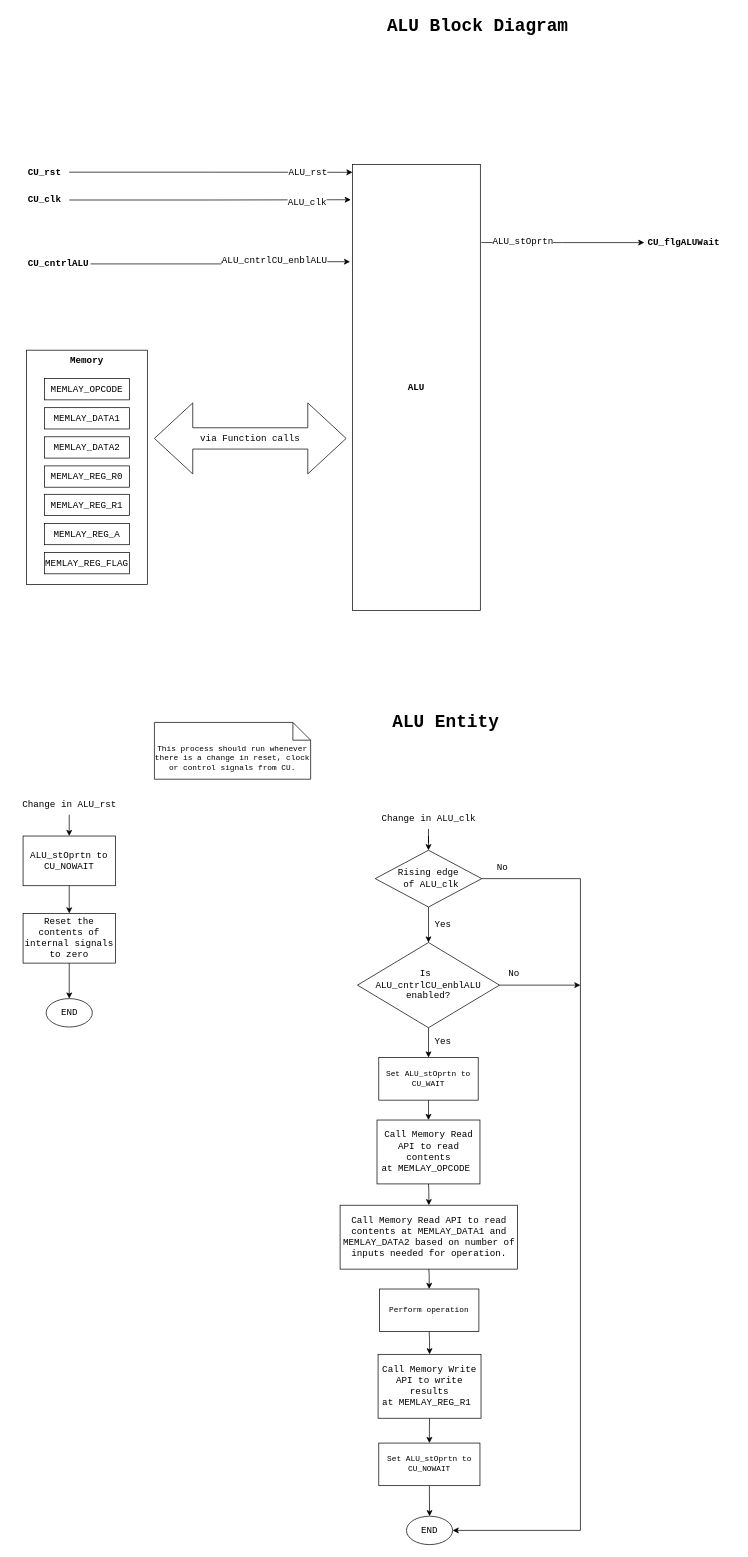
Vichu95/Basic_CPU_FPGA keeps this draw.io diagram as page "ALU_BD" (6 of 8) of 04_ControlUnit_v1/CPU_Design.drawio. Above is the earlier version. Source tidied: cells renumbered, new cells numbered last; positions are measured from the earlier drawing's top-left corner, leaving out a move shared by most shapes. Both pictures are drawn from the tidied source at 71%, with x=0, y=0 at pixel (12, 12).
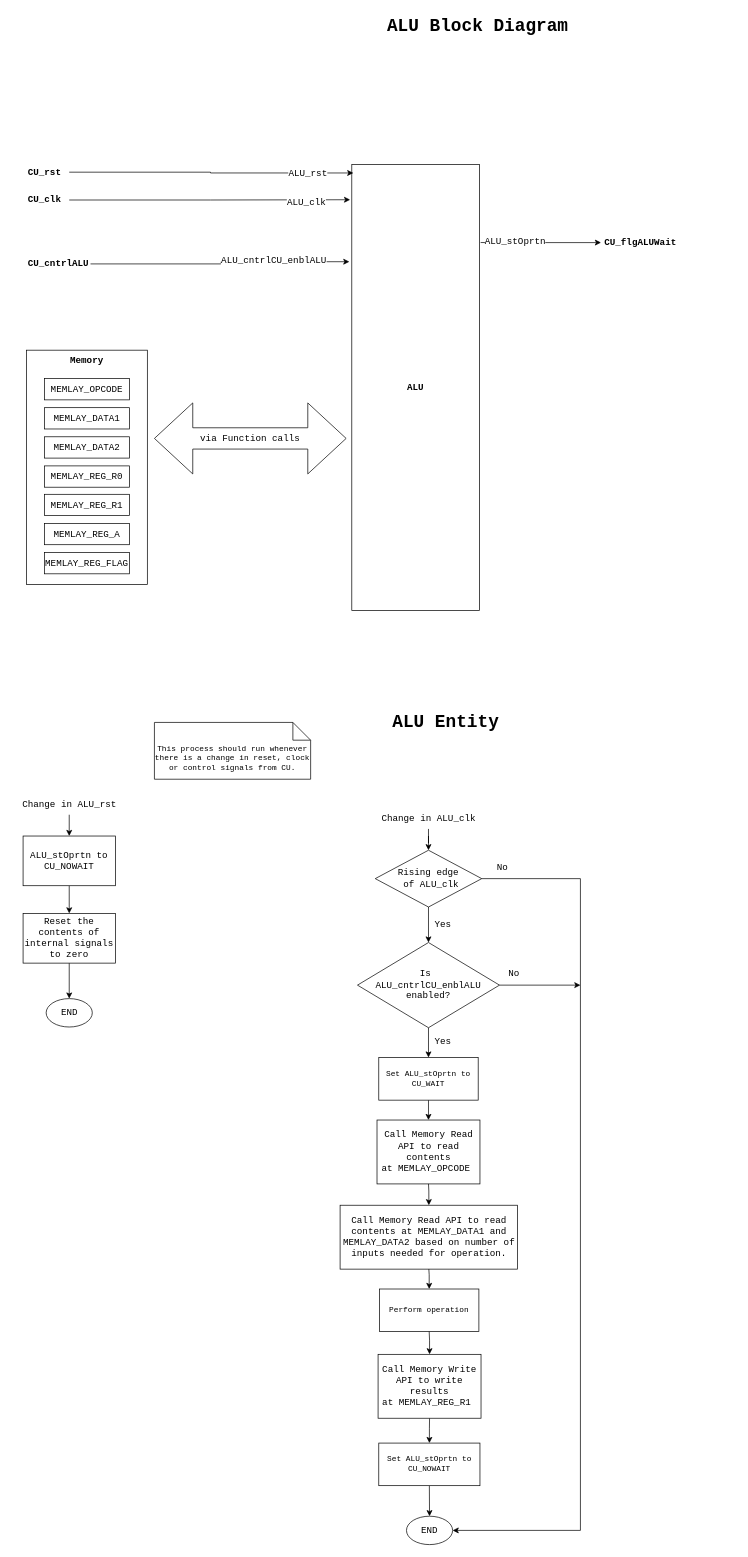
Above is the later version.

Unchanged cells that the change refers to:
```xml
<mxCell id="6" value="CU_rst" style="text;html=1;align=left;verticalAlign=middle;points=[];strokeColor=none;fillColor=none;fontStyle=1;labelBackgroundColor=none;fontColor=#000000;fontSize=13;fontFamily=Courier New;spacing=2;spacingRight=-13;" parent="1" vertex="1">
  <mxGeometry x="20" y="210" width="60" height="30" as="geometry" />
</mxCell>
<mxCell id="13" style="edgeStyle=orthogonalEdgeStyle;rounded=0;jettySize=auto;html=1;entryX=1.008;entryY=0.175;entryDx=0;entryDy=0;entryPerimeter=0;fontFamily=Courier New;fontSize=13;fontColor=#000000;startArrow=classic;startFill=1;endArrow=none;endFill=0;" parent="1" edge="1" source="15" target="3">
  <mxGeometry relative="1" as="geometry" />
</mxCell>
```

Change to the diagram source:
```diff
@@
     <mxCell id="3" value="&lt;b&gt;&lt;font style=&quot;font-size: 13px;&quot;&gt;ALU&lt;/font&gt;&lt;/b&gt;" style="rounded=0;whiteSpace=wrap;html=1;fontFamily=Courier New;fontSize=11;" parent="1" vertex="1">
-      <mxGeometry x="479" y="214.2" width="180" height="628" as="geometry" />
+      <mxGeometry x="478" y="214.2" width="180" height="628" as="geometry" />
     </mxCell>
-    <mxCell id="4" style="edgeStyle=orthogonalEdgeStyle;rounded=0;jettySize=auto;html=1;fontFamily=Courier New;fontSize=13;fontColor=#0000FF;" parent="1" edge="1" source="6">
-      <mxGeometry relative="1" as="geometry">
-        <mxPoint x="479" y="225.2" as="targetPoint" />
-      </mxGeometry>
+    <mxCell id="4" style="edgeStyle=orthogonalEdgeStyle;rounded=0;jettySize=auto;html=1;fontFamily=Courier New;fontSize=13;fontColor=#0000FF;entryX=0.012;entryY=0.019;entryDx=0;entryDy=0;entryPerimeter=0;" parent="1" edge="1" source="6" target="3">
+      <mxGeometry relative="1" as="geometry" />
     </mxCell>
@@
     <mxCell id="14" value="ALU_stOprtn" style="edgeLabel;html=1;align=center;verticalAlign=middle;fontSize=13;fontFamily=Courier New;fontColor=#000000;" parent="13" vertex="1">
       <mxGeometry x="0.63" y="-2" relative="1" as="geometry">
-        <mxPoint x="15" as="offset" />
+        <mxPoint x="16" as="offset" />
       </mxGeometry>
     </mxCell>
     <mxCell id="15" value="CU_flgALUWait" style="text;html=1;align=left;verticalAlign=middle;points=[];strokeColor=none;fillColor=none;fontStyle=1;labelBackgroundColor=none;fontColor=#000000;fontSize=13;fontFamily=Courier New;spacingLeft=3;" parent="1" vertex="1">
-      <mxGeometry x="890" y="309.2" width="130" height="30" as="geometry" />
+      <mxGeometry x="829" y="309.2" width="130" height="30" as="geometry" />
     </mxCell>
```
